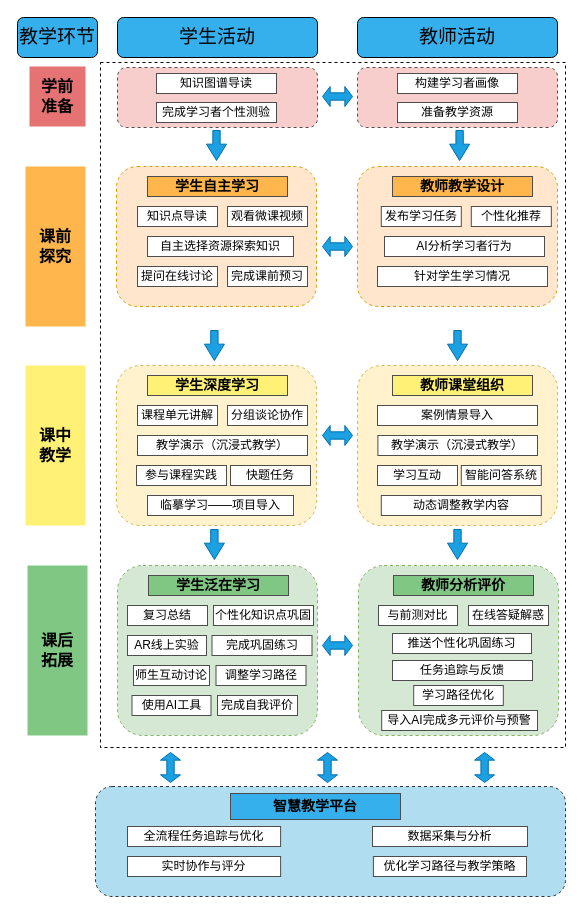
Before: 混合式教学模式框架.drawio in xewy/qimo2, a draw.io diagram. Source tidied: cells renumbered, new cells numbered last; positions are measured from the earlier drawing's top-left corner, leaving out a move shared by most shapes. Both pictures are drawn from the tidied source at 100%, with x=0, y=0 at pixel (17, 17).
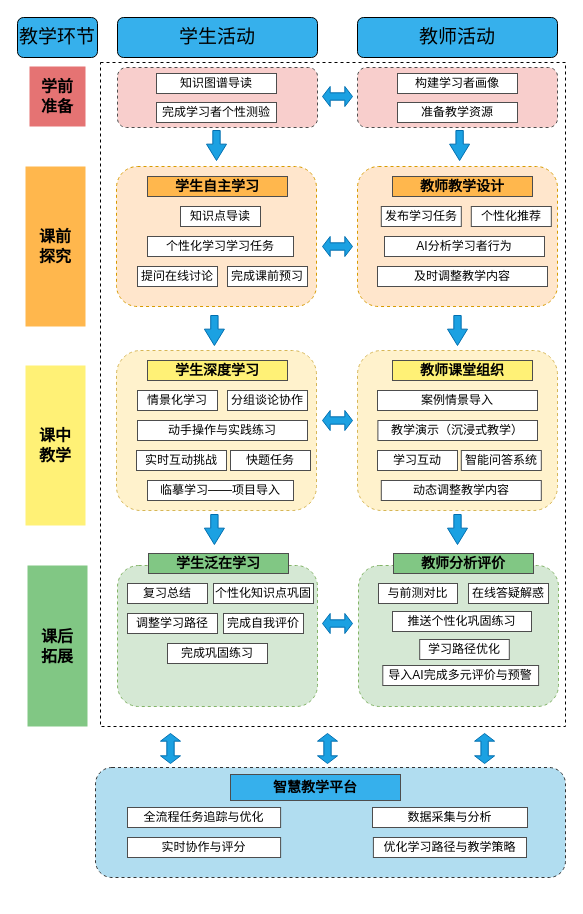
After the change.

Commit message:
更新混合式教学模式框架.drawio

Change to the diagram source:
```diff
@@
     <mxCell id="2" style="rounded=0;whiteSpace=wrap;html=1;dashed=1;" parent="1" vertex="1">
-      <mxGeometry x="83" y="45" width="465" height="685" as="geometry" />
+      <mxGeometry x="83" y="45" width="465" height="664" as="geometry" />
     </mxCell>
@@
     <mxCell id="9" value="&lt;span style=&quot;font-size: 16px;&quot;&gt;&lt;b&gt;课后&lt;/b&gt;&lt;/span&gt;&lt;div&gt;&lt;span style=&quot;font-size: 16px;&quot;&gt;&lt;b&gt;拓展&lt;/b&gt;&lt;/span&gt;&lt;/div&gt;" style="rounded=0;whiteSpace=wrap;html=1;fillColor=#81c784;strokeColor=none;" parent="1" vertex="1">
-      <mxGeometry x="10" y="548" width="60" height="170" as="geometry" />
+      <mxGeometry x="10" y="548" width="60" height="161" as="geometry" />
     </mxCell>
@@
     <mxCell id="17" value="知识点导读" style="rounded=0;whiteSpace=wrap;html=1;strokeColor=#4D4D4D;" parent="1" vertex="1">
-      <mxGeometry x="120" y="189" width="80" height="20" as="geometry" />
+      <mxGeometry x="163" y="189" width="80" height="20" as="geometry" />
     </mxCell>
-    <mxCell id="18" value="观看微课视频" style="rounded=0;whiteSpace=wrap;html=1;strokeColor=#4D4D4D;" parent="1" vertex="1">
-      <mxGeometry x="210" y="189" width="80" height="20" as="geometry" />
-    </mxCell>
-    <mxCell id="19" value="自主选择资源探索知识" style="rounded=0;whiteSpace=wrap;html=1;strokeColor=#4D4D4D;" parent="1" vertex="1">
+    <mxCell id="19" value="个性化学习学习任务" style="rounded=0;whiteSpace=wrap;html=1;strokeColor=#4D4D4D;" parent="1" vertex="1">
       <mxGeometry x="130" y="219" width="146" height="20" as="geometry" />
     </mxCell>
@@
-    <mxCell id="24" value="针对学生学习情况" style="rounded=0;whiteSpace=wrap;html=1;strokeColor=#4D4D4D;" parent="1" vertex="1">
+    <mxCell id="24" value="及时调整教学内容" style="rounded=0;whiteSpace=wrap;html=1;strokeColor=#4D4D4D;" parent="1" vertex="1">
       <mxGeometry x="360" y="249" width="170" height="20" as="geometry" />
     </mxCell>
@@
     <mxCell id="29" style="rounded=1;whiteSpace=wrap;html=1;fillColor=#fff2cc;strokeColor=#d6b656;dashed=1;" parent="1" vertex="1">
-      <mxGeometry x="99" y="348" width="200" height="160" as="geometry" />
+      <mxGeometry x="99" y="333" width="200" height="160" as="geometry" />
     </mxCell>
-    <mxCell id="30" value="课程单元讲解" style="rounded=0;whiteSpace=wrap;html=1;strokeColor=#4D4D4D;" parent="1" vertex="1">
-      <mxGeometry x="120" y="388" width="80" height="20" as="geometry" />
+    <mxCell id="30" value="情景化学习" style="rounded=0;whiteSpace=wrap;html=1;strokeColor=#4D4D4D;" parent="1" vertex="1">
+      <mxGeometry x="120" y="373" width="80" height="20" as="geometry" />
     </mxCell>
-    <mxCell id="31" value="教学演示（沉浸式教学）" style="rounded=0;whiteSpace=wrap;html=1;strokeColor=#4D4D4D;" parent="1" vertex="1">
-      <mxGeometry x="120" y="418" width="170" height="20" as="geometry" />
+    <mxCell id="31" value="动手操作与实践练习" style="rounded=0;whiteSpace=wrap;html=1;strokeColor=#4D4D4D;" parent="1" vertex="1">
+      <mxGeometry x="120" y="403" width="170" height="20" as="geometry" />
     </mxCell>
     <mxCell id="32" value="分组谈论协作" style="rounded=0;whiteSpace=wrap;html=1;strokeColor=#4D4D4D;" parent="1" vertex="1">
-      <mxGeometry x="210" y="388" width="80" height="20" as="geometry" />
+      <mxGeometry x="210" y="373" width="80" height="20" as="geometry" />
     </mxCell>
-    <mxCell id="33" value="参与课程实践" style="rounded=0;whiteSpace=wrap;html=1;strokeColor=#4D4D4D;" parent="1" vertex="1">
-      <mxGeometry x="119" y="448" width="90" height="20" as="geometry" />
+    <mxCell id="33" value="实时互动挑战" style="rounded=0;whiteSpace=wrap;html=1;strokeColor=#4D4D4D;" parent="1" vertex="1">
+      <mxGeometry x="119" y="433" width="90" height="20" as="geometry" />
     </mxCell>
     <mxCell id="34" value="快题任务" style="rounded=0;whiteSpace=wrap;html=1;strokeColor=#4D4D4D;" parent="1" vertex="1">
-      <mxGeometry x="213" y="448" width="80" height="20" as="geometry" />
+      <mxGeometry x="213" y="433" width="80" height="20" as="geometry" />
     </mxCell>
     <mxCell id="35" value="临摹学习——项目导入" style="rounded=0;whiteSpace=wrap;html=1;strokeColor=#4D4D4D;" parent="1" vertex="1">
-      <mxGeometry x="130" y="478" width="146" height="20" as="geometry" />
+      <mxGeometry x="130" y="463" width="146" height="20" as="geometry" />
     </mxCell>
     <mxCell id="36" style="rounded=1;whiteSpace=wrap;html=1;fillColor=#fff2cc;strokeColor=#d6b656;dashed=1;" parent="1" vertex="1">
-      <mxGeometry x="340" y="348" width="200" height="160" as="geometry" />
+      <mxGeometry x="340" y="333" width="200" height="160" as="geometry" />
     </mxCell>
     <mxCell id="37" value="学习互动" style="rounded=0;whiteSpace=wrap;html=1;strokeColor=#4D4D4D;" parent="1" vertex="1">
-      <mxGeometry x="360" y="448" width="80" height="20" as="geometry" />
+      <mxGeometry x="360" y="433" width="80" height="20" as="geometry" />
     </mxCell>
     <mxCell id="38" value="教学演示（沉浸式教学）" style="rounded=0;whiteSpace=wrap;html=1;strokeColor=#4D4D4D;" parent="1" vertex="1">
-      <mxGeometry x="360.4" y="418" width="159.6" height="20" as="geometry" />
+      <mxGeometry x="360.4" y="403" width="159.6" height="20" as="geometry" />
     </mxCell>
     <mxCell id="39" value="案例情景导入" style="rounded=0;whiteSpace=wrap;html=1;strokeColor=#4D4D4D;" parent="1" vertex="1">
-      <mxGeometry x="360" y="388" width="160" height="20" as="geometry" />
+      <mxGeometry x="360" y="373" width="160" height="20" as="geometry" />
     </mxCell>
     <mxCell id="40" value="智能问答系统" style="rounded=0;whiteSpace=wrap;html=1;strokeColor=#4D4D4D;" parent="1" vertex="1">
-      <mxGeometry x="443.8" y="448" width="80" height="20" as="geometry" />
+      <mxGeometry x="443.8" y="433" width="80" height="20" as="geometry" />
     </mxCell>
     <mxCell id="41" value="&lt;b style=&quot;&quot;&gt;&lt;font style=&quot;font-size: 14px;&quot;&gt;学生深度学习&lt;/font&gt;&lt;/b&gt;" style="rounded=0;whiteSpace=wrap;html=1;fillColor=#FFF176;strokeColor=#4D4D4D;" parent="1" vertex="1">
-      <mxGeometry x="130" y="358" width="140" height="20" as="geometry" />
+      <mxGeometry x="130" y="343" width="140" height="20" as="geometry" />
     </mxCell>
     <mxCell id="42" value="&lt;b style=&quot;&quot;&gt;&lt;font style=&quot;font-size: 14px;&quot;&gt;教师课堂组织&lt;/font&gt;&lt;/b&gt;" style="rounded=0;whiteSpace=wrap;html=1;fillColor=#FFF176;strokeColor=#4D4D4D;" parent="1" vertex="1">
-      <mxGeometry x="375" y="358" width="140" height="20" as="geometry" />
+      <mxGeometry x="375" y="343" width="140" height="20" as="geometry" />
     </mxCell>
     <mxCell id="43" style="rounded=1;whiteSpace=wrap;html=1;fillColor=#d5e8d4;strokeColor=#82b366;dashed=1;" parent="1" vertex="1">
-      <mxGeometry x="100" y="548" width="200" height="170" as="geometry" />
+      <mxGeometry x="100" y="548" width="200" height="141" as="geometry" />
     </mxCell>
     <mxCell id="44" value="复习总结" style="rounded=0;whiteSpace=wrap;html=1;strokeColor=#4D4D4D;" parent="1" vertex="1">
-      <mxGeometry x="110" y="588" width="80" height="20" as="geometry" />
+      <mxGeometry x="110" y="566" width="80" height="20" as="geometry" />
     </mxCell>
     <mxCell id="45" value="完成巩固练习" style="rounded=0;whiteSpace=wrap;html=1;strokeColor=#4D4D4D;" parent="1" vertex="1">
-      <mxGeometry x="194.5" y="618" width="100" height="20" as="geometry" />
+      <mxGeometry x="150" y="626" width="100" height="20" as="geometry" />
     </mxCell>
     <mxCell id="46" value="个性化知识点巩固" style="rounded=0;whiteSpace=wrap;html=1;strokeColor=#4D4D4D;" parent="1" vertex="1">
-      <mxGeometry x="196" y="588" width="100" height="20" as="geometry" />
+      <mxGeometry x="196" y="566" width="100" height="20" as="geometry" />
     </mxCell>
-    <mxCell id="47" value="师生互动讨论" style="rounded=0;whiteSpace=wrap;html=1;strokeColor=#4D4D4D;" parent="1" vertex="1">
-      <mxGeometry x="116" y="648" width="76" height="20" as="geometry" />
-    </mxCell>
     <mxCell id="48" value="调整学习路径" style="rounded=0;whiteSpace=wrap;html=1;strokeColor=#4D4D4D;" parent="1" vertex="1">
-      <mxGeometry x="198.5" y="648" width="90" height="20" as="geometry" />
+      <mxGeometry x="110" y="596" width="90" height="20" as="geometry" />
     </mxCell>
-    <mxCell id="49" value="使用AI工具" style="rounded=0;whiteSpace=wrap;html=1;strokeColor=#4D4D4D;" parent="1" vertex="1">
-      <mxGeometry x="114.5" y="678" width="79" height="20" as="geometry" />
-    </mxCell>
     <mxCell id="50" style="rounded=1;whiteSpace=wrap;html=1;fillColor=#d5e8d4;strokeColor=#82b366;dashed=1;" parent="1" vertex="1">
-      <mxGeometry x="341" y="548" width="200" height="170" as="geometry" />
+      <mxGeometry x="341" y="548" width="200" height="141" as="geometry" />
     </mxCell>
     <mxCell id="51" value="推送个性化巩固练习" style="rounded=0;whiteSpace=wrap;html=1;strokeColor=#4D4D4D;" parent="1" vertex="1">
-      <mxGeometry x="375" y="616" width="139" height="20" as="geometry" />
+      <mxGeometry x="375" y="594" width="139" height="20" as="geometry" />
     </mxCell>
-    <mxCell id="52" value="任务追踪与反馈" style="rounded=0;whiteSpace=wrap;html=1;strokeColor=#4D4D4D;" parent="1" vertex="1">
-      <mxGeometry x="375" y="643" width="140" height="20" as="geometry" />
-    </mxCell>
     <mxCell id="53" value="与前测对比" style="rounded=0;whiteSpace=wrap;html=1;strokeColor=#4D4D4D;" parent="1" vertex="1">
-      <mxGeometry x="361" y="588" width="79" height="20" as="geometry" />
+      <mxGeometry x="361" y="566" width="79" height="20" as="geometry" />
     </mxCell>
     <mxCell id="54" value="在线答疑解惑" style="rounded=0;whiteSpace=wrap;html=1;strokeColor=#4D4D4D;" parent="1" vertex="1">
-      <mxGeometry x="451" y="588" width="80" height="20" as="geometry" />
+      <mxGeometry x="451" y="566" width="80" height="20" as="geometry" />
     </mxCell>
     <mxCell id="55" value="&lt;b style=&quot;&quot;&gt;&lt;font style=&quot;font-size: 14px;&quot;&gt;学生泛在学习&lt;/font&gt;&lt;/b&gt;" style="rounded=0;whiteSpace=wrap;html=1;fillColor=#81C784;strokeColor=#4D4D4D;" parent="1" vertex="1">
-      <mxGeometry x="131" y="558" width="140" height="20" as="geometry" />
+      <mxGeometry x="131" y="536" width="140" height="20" as="geometry" />
     </mxCell>
     <mxCell id="56" value="&lt;b style=&quot;&quot;&gt;&lt;font style=&quot;font-size: 14px;&quot;&gt;教师分析评价&lt;/font&gt;&lt;/b&gt;" style="rounded=0;whiteSpace=wrap;html=1;fillColor=#81C784;strokeColor=#4D4D4D;" parent="1" vertex="1">
-      <mxGeometry x="376" y="558" width="140" height="20" as="geometry" />
+      <mxGeometry x="376" y="536" width="140" height="20" as="geometry" />
     </mxCell>
     <mxCell id="57" value="完成自我评价" style="rounded=0;whiteSpace=wrap;html=1;strokeColor=#4D4D4D;" parent="1" vertex="1">
-      <mxGeometry x="200" y="678" width="80" height="20" as="geometry" />
+      <mxGeometry x="206" y="596" width="80" height="20" as="geometry" />
     </mxCell>
-    <mxCell id="58" value="AR线上实验" style="rounded=0;whiteSpace=wrap;html=1;strokeColor=#4D4D4D;" parent="1" vertex="1">
-      <mxGeometry x="110" y="618" width="79" height="20" as="geometry" />
-    </mxCell>
     <mxCell id="59" value="学习路径优化" style="rounded=0;whiteSpace=wrap;html=1;strokeColor=#4D4D4D;" parent="1" vertex="1">
-      <mxGeometry x="396.2" y="668" width="89.6" height="20" as="geometry" />
+      <mxGeometry x="402.2" y="622" width="89.6" height="20" as="geometry" />
     </mxCell>
     <mxCell id="60" value="导入AI完成多元评价与预警" style="rounded=0;whiteSpace=wrap;html=1;strokeColor=#4D4D4D;" parent="1" vertex="1">
-      <mxGeometry x="364.2" y="693" width="155.8" height="20" as="geometry" />
+      <mxGeometry x="365.3" y="648" width="155.8" height="20" as="geometry" />
     </mxCell>
@@
     <mxCell id="63" style="shape=singleArrow;direction=south;whiteSpace=wrap;html=1;fillColor=#1ba1e2;fontColor=#ffffff;strokeColor=#006EAF;arrowWidth=0.36666259765623294;arrowSize=0.5444432576497396;" parent="1" vertex="1">
-      <mxGeometry x="186.9" y="313" width="20" height="30" as="geometry" />
+      <mxGeometry x="186.9" y="298" width="20" height="30" as="geometry" />
     </mxCell>
     <mxCell id="64" style="shape=singleArrow;direction=south;whiteSpace=wrap;html=1;fillColor=#1ba1e2;fontColor=#ffffff;strokeColor=#006EAF;arrowWidth=0.36666259765623294;arrowSize=0.5444432576497396;" parent="1" vertex="1">
-      <mxGeometry x="430" y="313" width="20" height="30" as="geometry" />
+      <mxGeometry x="430" y="298" width="20" height="30" as="geometry" />
     </mxCell>
     <mxCell id="65" style="shape=singleArrow;direction=south;whiteSpace=wrap;html=1;fillColor=#1ba1e2;fontColor=#ffffff;strokeColor=#006EAF;arrowWidth=0.36666259765623294;arrowSize=0.5444432576497396;" parent="1" vertex="1">
-      <mxGeometry x="186.9" y="512" width="20" height="30" as="geometry" />
+      <mxGeometry x="186.9" y="497" width="20" height="30" as="geometry" />
     </mxCell>
     <mxCell id="66" style="shape=singleArrow;direction=south;whiteSpace=wrap;html=1;fillColor=#1ba1e2;fontColor=#ffffff;strokeColor=#006EAF;arrowWidth=0.36666259765623294;arrowSize=0.5444432576497396;" parent="1" vertex="1">
-      <mxGeometry x="430" y="512" width="20" height="30" as="geometry" />
+      <mxGeometry x="430" y="497" width="20" height="30" as="geometry" />
     </mxCell>
@@
     <mxCell id="68" style="shape=doubleArrow;whiteSpace=wrap;html=1;arrowWidth=0.36666463216145645;arrowSize=0.25555419921874434;fillColor=#1ba1e2;fontColor=#ffffff;strokeColor=#006EAF;" parent="1" vertex="1">
-      <mxGeometry x="305" y="408" width="30" height="20" as="geometry" />
+      <mxGeometry x="305" y="393" width="30" height="20" as="geometry" />
     </mxCell>
     <mxCell id="69" style="shape=doubleArrow;whiteSpace=wrap;html=1;arrowWidth=0.36666463216145645;arrowSize=0.25555419921874434;fillColor=#1ba1e2;fontColor=#ffffff;strokeColor=#006EAF;" parent="1" vertex="1">
-      <mxGeometry x="305" y="618" width="30" height="20" as="geometry" />
+      <mxGeometry x="305" y="596" width="30" height="20" as="geometry" />
     </mxCell>
@@
     <mxCell id="71" style="rounded=1;whiteSpace=wrap;html=1;fillColor=#b1ddf0;strokeColor=#333333;dashed=1;" parent="1" vertex="1">
-      <mxGeometry x="78" y="769" width="470" height="110" as="geometry" />
+      <mxGeometry x="78" y="750" width="470" height="110" as="geometry" />
     </mxCell>
     <mxCell id="72" value="全流程任务追踪与优化" style="rounded=0;whiteSpace=wrap;html=1;strokeColor=#4D4D4D;" parent="1" vertex="1">
-      <mxGeometry x="110" y="809" width="153.1" height="20" as="geometry" />
+      <mxGeometry x="110" y="790" width="153.1" height="20" as="geometry" />
     </mxCell>
     <mxCell id="73" value="实时协作与评分" style="rounded=0;whiteSpace=wrap;html=1;strokeColor=#4D4D4D;" parent="1" vertex="1">
-      <mxGeometry x="110" y="839" width="153.1" height="20" as="geometry" />
+      <mxGeometry x="110" y="820" width="153.1" height="20" as="geometry" />
     </mxCell>
     <mxCell id="74" value="数据采集与分析" style="rounded=0;whiteSpace=wrap;html=1;strokeColor=#4D4D4D;" parent="1" vertex="1">
-      <mxGeometry x="355" y="809" width="155" height="20" as="geometry" />
+      <mxGeometry x="355" y="790" width="155" height="20" as="geometry" />
     </mxCell>
     <mxCell id="75" value="动态调整教学内容" style="rounded=0;whiteSpace=wrap;html=1;strokeColor=#4D4D4D;" parent="1" vertex="1">
-      <mxGeometry x="363.8" y="478" width="160" height="20" as="geometry" />
+      <mxGeometry x="363.8" y="463" width="160" height="20" as="geometry" />
     </mxCell>
     <mxCell id="76" value="优化学习路径与教学策略" style="rounded=0;whiteSpace=wrap;html=1;strokeColor=#4D4D4D;" parent="1" vertex="1">
-      <mxGeometry x="355.9" y="839" width="153.1" height="20" as="geometry" />
+      <mxGeometry x="355.9" y="820" width="153.1" height="20" as="geometry" />
     </mxCell>
     <mxCell id="77" value="&lt;span style=&quot;font-size: 14px;&quot;&gt;&lt;b&gt;智慧教学平台&lt;/b&gt;&lt;/span&gt;" style="rounded=0;whiteSpace=wrap;html=1;fillColor=#36b0ec;strokeColor=#4D4D4D;" parent="1" vertex="1">
-      <mxGeometry x="213" y="776" width="170" height="26" as="geometry" />
+      <mxGeometry x="213" y="757" width="170" height="26" as="geometry" />
     </mxCell>
     <mxCell id="78" style="shape=doubleArrow;whiteSpace=wrap;html=1;arrowWidth=0.36666463216145645;arrowSize=0.25555419921874434;fillColor=#1ba1e2;fontColor=#ffffff;strokeColor=#006EAF;direction=south;" parent="1" vertex="1">
-      <mxGeometry x="143" y="735" width="20" height="30" as="geometry" />
+      <mxGeometry x="143" y="716" width="20" height="30" as="geometry" />
     </mxCell>
     <mxCell id="79" style="shape=doubleArrow;whiteSpace=wrap;html=1;arrowWidth=0.36666463216145645;arrowSize=0.25555419921874434;fillColor=#1ba1e2;fontColor=#ffffff;strokeColor=#006EAF;direction=south;" parent="1" vertex="1">
-      <mxGeometry x="300" y="735" width="20" height="30" as="geometry" />
+      <mxGeometry x="300" y="716" width="20" height="30" as="geometry" />
     </mxCell>
     <mxCell id="80" style="shape=doubleArrow;whiteSpace=wrap;html=1;arrowWidth=0.36666463216145645;arrowSize=0.25555419921874434;fillColor=#1ba1e2;fontColor=#ffffff;strokeColor=#006EAF;direction=south;" parent="1" vertex="1">
-      <mxGeometry x="457.1" y="735" width="20" height="30" as="geometry" />
+      <mxGeometry x="457.1" y="716" width="20" height="30" as="geometry" />
     </mxCell>
```
